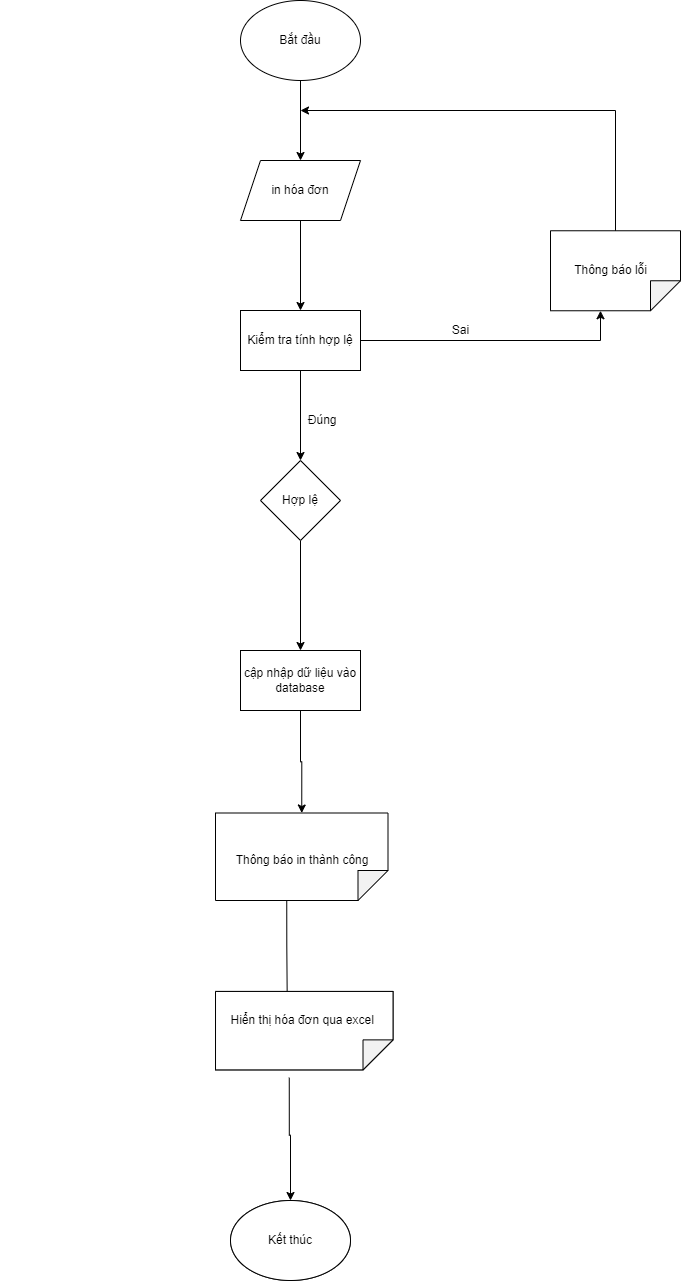
Before: Word/PRD/PNG/inhoadon.drawio.png, a diagram exported from draw.io (hungtadasuke/CoffeShop_SoftwareTechnology). Source tidied: cells renumbered, new cells last; positions are measured from the earlier drawing's top-left corner, leaving out a move shared by most shapes. Source of this version:
```xml
<mxGraphModel>
  <root>
    <mxCell id="0" />
    <mxCell id="1" parent="0" />
    <mxCell id="2" value="Kết thúc" style="ellipse;whiteSpace=wrap;html=1;" parent="1" vertex="1">
      <mxGeometry x="230" y="1200" width="120" height="80" as="geometry" />
    </mxCell>
    <mxCell id="3" style="shape=note;whiteSpace=wrap;html=1;backgroundOutline=1;darkOpacity=0.05;rotation=90;" parent="1" vertex="1">
      <mxGeometry x="264.5" y="941.4" width="78.4" height="177.5" as="geometry" />
    </mxCell>
    <mxCell id="4" style="edgeStyle=orthogonalEdgeStyle;rounded=0;jettySize=auto;html=1;entryX=0.5;entryY=0;entryDx=0;entryDy=0;" parent="1" edge="1" source="5" target="7">
      <mxGeometry relative="1" as="geometry" />
    </mxCell>
    <mxCell id="5" value="Bắt đầu" style="ellipse;whiteSpace=wrap;html=1;" parent="1" vertex="1">
      <mxGeometry x="240" width="120" height="80" as="geometry" />
    </mxCell>
    <mxCell id="6" style="edgeStyle=orthogonalEdgeStyle;rounded=0;jettySize=auto;html=1;" parent="1" edge="1" source="7" target="10">
      <mxGeometry relative="1" as="geometry" />
    </mxCell>
    <mxCell id="7" value="in hóa đơn" style="shape=parallelogram;perimeter=parallelogramPerimeter;whiteSpace=wrap;html=1;fixedSize=1;" parent="1" vertex="1">
      <mxGeometry x="240" y="160" width="120" height="60" as="geometry" />
    </mxCell>
    <mxCell id="8" style="edgeStyle=orthogonalEdgeStyle;rounded=0;jettySize=auto;html=1;entryX=0.5;entryY=0;entryDx=0;entryDy=0;" parent="1" edge="1" source="10" target="12">
      <mxGeometry relative="1" as="geometry" />
    </mxCell>
    <mxCell id="9" style="edgeStyle=orthogonalEdgeStyle;rounded=0;jettySize=auto;html=1;exitX=1;exitY=0.5;exitDx=0;exitDy=0;entryX=0;entryY=0;entryDx=80;entryDy=80;entryPerimeter=0;" parent="1" edge="1" source="10" target="13">
      <mxGeometry relative="1" as="geometry" />
    </mxCell>
    <mxCell id="10" value="Kiểm tra tính hợp lệ" style="rounded=0;whiteSpace=wrap;html=1;" parent="1" vertex="1">
      <mxGeometry x="240" y="310" width="120" height="60" as="geometry" />
    </mxCell>
    <mxCell id="11" style="edgeStyle=orthogonalEdgeStyle;rounded=0;jettySize=auto;html=1;entryX=0.5;entryY=0;entryDx=0;entryDy=0;" parent="1" edge="1" source="12" target="15">
      <mxGeometry relative="1" as="geometry" />
    </mxCell>
    <mxCell id="12" value="Hợp lệ" style="rhombus;whiteSpace=wrap;html=1;" parent="1" vertex="1">
      <mxGeometry x="260" y="460" width="80" height="80" as="geometry" />
    </mxCell>
    <mxCell id="13" style="shape=note;whiteSpace=wrap;html=1;backgroundOutline=1;darkOpacity=0.05;rotation=90;" parent="1" vertex="1">
      <mxGeometry x="575" y="205.3" width="80" height="130" as="geometry" />
    </mxCell>
    <mxCell id="14" style="edgeStyle=orthogonalEdgeStyle;rounded=0;jettySize=auto;html=1;entryX=0;entryY=0.5;entryDx=0;entryDy=0;entryPerimeter=0;" parent="1" edge="1" source="15" target="17">
      <mxGeometry relative="1" as="geometry" />
    </mxCell>
    <mxCell id="15" value="cập nhập dữ liệu vào database" style="rounded=0;whiteSpace=wrap;html=1;" parent="1" vertex="1">
      <mxGeometry x="240" y="650" width="120" height="60" as="geometry" />
    </mxCell>
    <mxCell id="16" style="edgeStyle=orthogonalEdgeStyle;rounded=0;jettySize=auto;html=1;exitX=0;exitY=0;exitDx=87.5;exitDy=101.25;exitPerimeter=0;entryX=0.116;entryY=0.596;entryDx=0;entryDy=0;entryPerimeter=0;" parent="1" edge="1" source="17" target="24">
      <mxGeometry relative="1" as="geometry" />
    </mxCell>
    <mxCell id="17" style="shape=note;whiteSpace=wrap;html=1;backgroundOutline=1;darkOpacity=0.05;rotation=90;" parent="1" vertex="1">
      <mxGeometry x="257.5" y="770" width="87.5" height="172.5" as="geometry" />
    </mxCell>
    <mxCell id="18" value="Kết thúc" style="ellipse;whiteSpace=wrap;html=1;" parent="1" vertex="1">
      <mxGeometry x="230" y="1200" width="120" height="80" as="geometry" />
    </mxCell>
    <mxCell id="19" style="endArrow=classic;html=1;rounded=0;exitX=0;exitY=0.5;exitDx=0;exitDy=0;exitPerimeter=0;" parent="1" edge="1" source="13">
      <mxGeometry relative="1" as="geometry">
        <mxPoint x="300" y="110" as="targetPoint" />
        <Array as="points">
          <mxPoint x="615" y="110" />
        </Array>
      </mxGeometry>
    </mxCell>
    <mxCell id="20" value="Sai" style="text;html=1;align=center;verticalAlign=middle;strokeColor=none;fillColor=none;" parent="1" vertex="1">
      <mxGeometry x="445" y="320" width="30" height="20" as="geometry" />
    </mxCell>
    <mxCell id="21" value="&amp;nbsp; &amp;nbsp; &amp;nbsp; &amp;nbsp; &amp;nbsp; &amp;nbsp; &amp;nbsp; &amp;nbsp; &amp;nbsp; &amp;nbsp;Đúng" style="text;html=1;align=center;verticalAlign=middle;strokeColor=none;fillColor=none;" parent="1" vertex="1">
      <mxGeometry x="235" y="410" width="110" height="20" as="geometry" />
    </mxCell>
    <mxCell id="22" value="&amp;nbsp; &amp;nbsp; &amp;nbsp; &amp;nbsp; &amp;nbsp; &amp;nbsp; &amp;nbsp; &amp;nbsp; &amp;nbsp; &amp;nbsp; &amp;nbsp; &amp;nbsp; &amp;nbsp; &amp;nbsp; &amp;nbsp; &amp;nbsp; &amp;nbsp; &amp;nbsp; &amp;nbsp; &amp;nbsp; &amp;nbsp; &amp;nbsp; &amp;nbsp; &amp;nbsp; &amp;nbsp; &amp;nbsp; &amp;nbsp; &amp;nbsp; &amp;nbsp; &amp;nbsp; &amp;nbsp; &amp;nbsp; &amp;nbsp; &amp;nbsp; &amp;nbsp; &amp;nbsp; &amp;nbsp; &amp;nbsp; &amp;nbsp; &amp;nbsp; &amp;nbsp; &amp;nbsp; &amp;nbsp; &amp;nbsp; &amp;nbsp; &amp;nbsp; &amp;nbsp; &amp;nbsp; Thông báo lỗi" style="text;html=1;align=center;verticalAlign=middle;strokeColor=none;fillColor=none;" parent="1" vertex="1">
      <mxGeometry x="245" y="260" width="410" height="20" as="geometry" />
    </mxCell>
    <mxCell id="23" style="edgeStyle=orthogonalEdgeStyle;rounded=0;jettySize=auto;html=1;exitX=0;exitY=0;exitDx=86.25;exitDy=103.75;exitPerimeter=0;entryX=0.5;entryY=0;entryDx=0;entryDy=0;" parent="1" edge="1" source="24" target="18">
      <mxGeometry relative="1" as="geometry" />
    </mxCell>
    <mxCell id="24" style="shape=note;whiteSpace=wrap;html=1;backgroundOutline=1;darkOpacity=0.05;rotation=90;" parent="1" vertex="1">
      <mxGeometry x="264.5" y="941.4" width="78.4" height="177.5" as="geometry" />
    </mxCell>
    <mxCell id="25" value="&amp;nbsp; &amp;nbsp; &amp;nbsp; &amp;nbsp; &amp;nbsp; &amp;nbsp; &amp;nbsp; &amp;nbsp; &amp;nbsp; &amp;nbsp; &amp;nbsp; &amp;nbsp; &amp;nbsp; &amp;nbsp; &amp;nbsp; &amp;nbsp; &amp;nbsp; &amp;nbsp; &amp;nbsp; &amp;nbsp; &amp;nbsp; &amp;nbsp; &amp;nbsp; &amp;nbsp; &amp;nbsp; &amp;nbsp; &amp;nbsp; &amp;nbsp; &amp;nbsp; &amp;nbsp; &amp;nbsp; &amp;nbsp; &amp;nbsp; &amp;nbsp;Thông báo in thành công" style="text;html=1;align=center;verticalAlign=middle;strokeColor=none;fillColor=none;" parent="1" vertex="1">
      <mxGeometry x="5" y="850" width="370" height="20" as="geometry" />
    </mxCell>
    <mxCell id="26" value="&amp;nbsp; &amp;nbsp; &amp;nbsp; &amp;nbsp; &amp;nbsp; &amp;nbsp; &amp;nbsp; &amp;nbsp; &amp;nbsp; &amp;nbsp; &amp;nbsp; &amp;nbsp; &amp;nbsp; &amp;nbsp; &amp;nbsp; &amp;nbsp; &amp;nbsp; &amp;nbsp; &amp;nbsp; &amp;nbsp; &amp;nbsp; &amp;nbsp; &amp;nbsp; &amp;nbsp; &amp;nbsp; &amp;nbsp; &amp;nbsp; &amp;nbsp; &amp;nbsp; &amp;nbsp; &amp;nbsp; &amp;nbsp; &amp;nbsp; &amp;nbsp;Hiển thị hóa đơn qua excel" style="text;html=1;align=center;verticalAlign=middle;strokeColor=none;fillColor=none;" parent="1" vertex="1">
      <mxGeometry y="1010" width="380" height="20" as="geometry" />
    </mxCell>
  </root>
</mxGraphModel>
```
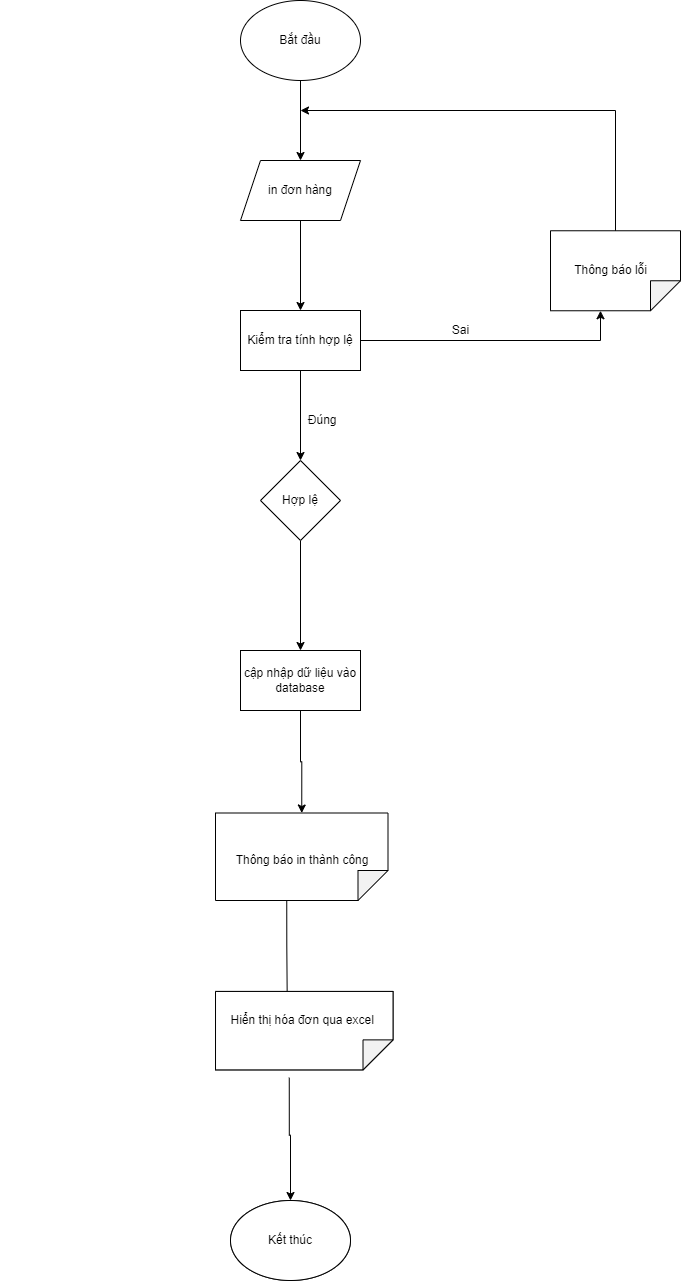
Later version of the same file.

Diff of the diagram source:
```diff
@@ -17,7 +17,7 @@
     <mxCell id="6" style="edgeStyle=orthogonalEdgeStyle;rounded=0;jettySize=auto;html=1;" parent="1" edge="1" source="7" target="10">
       <mxGeometry relative="1" as="geometry" />
     </mxCell>
-    <mxCell id="7" value="in hóa đơn" style="shape=parallelogram;perimeter=parallelogramPerimeter;whiteSpace=wrap;html=1;fixedSize=1;" parent="1" vertex="1">
+    <mxCell id="7" value="in đơn hàng" style="shape=parallelogram;perimeter=parallelogramPerimeter;whiteSpace=wrap;html=1;fixedSize=1;" parent="1" vertex="1">
       <mxGeometry x="240" y="160" width="120" height="60" as="geometry" />
     </mxCell>
     <mxCell id="8" style="edgeStyle=orthogonalEdgeStyle;rounded=0;jettySize=auto;html=1;entryX=0.5;entryY=0;entryDx=0;entryDy=0;" parent="1" edge="1" source="10" target="12">
```
